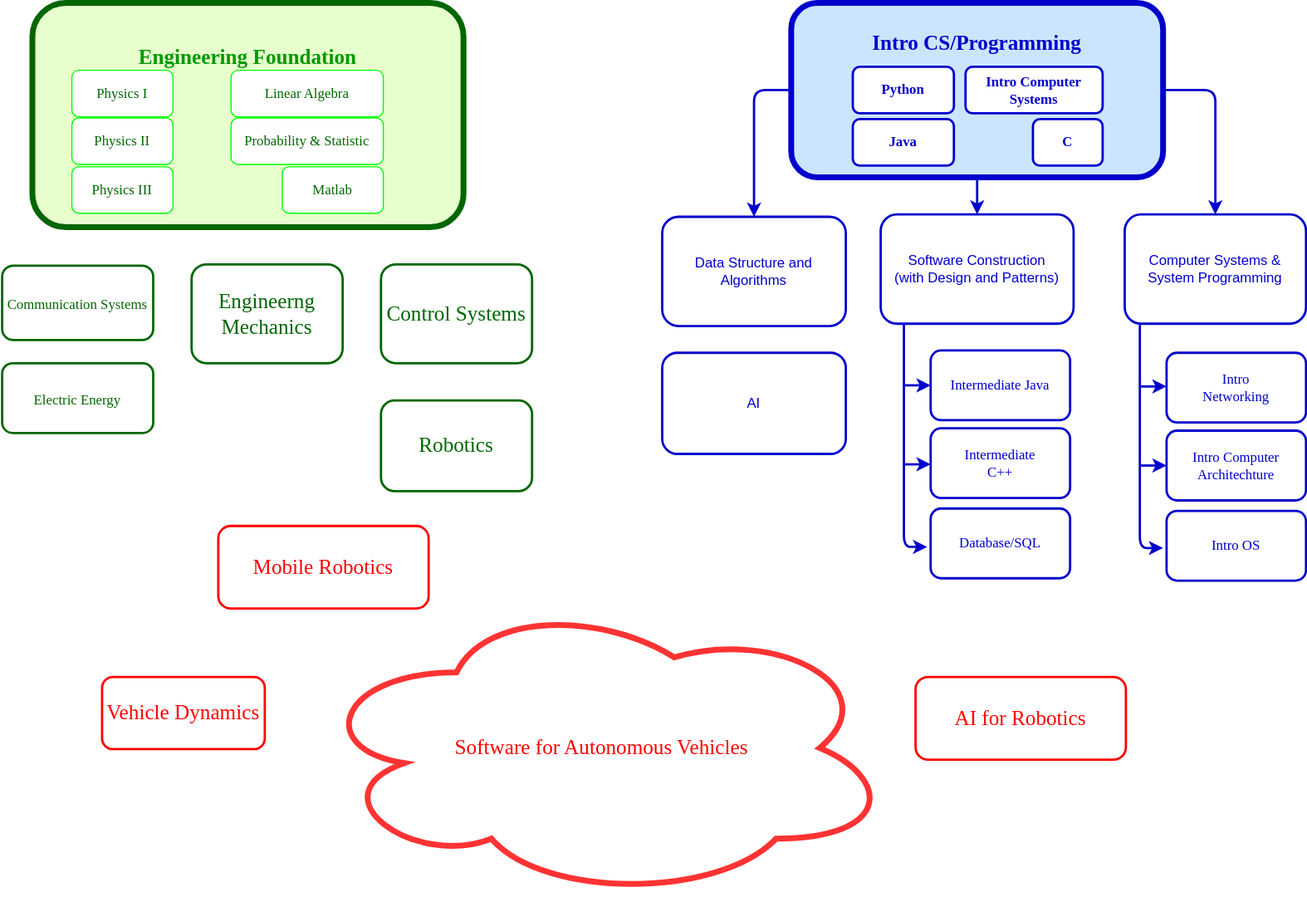
tqvnde/learning-notes keeps this draw.io diagram as self-study.svg. Above is the earlier version. Source tidied: cells renumbered, new cells last; positions are measured from the earlier drawing's top-left corner, leaving out a move shared by most shapes.
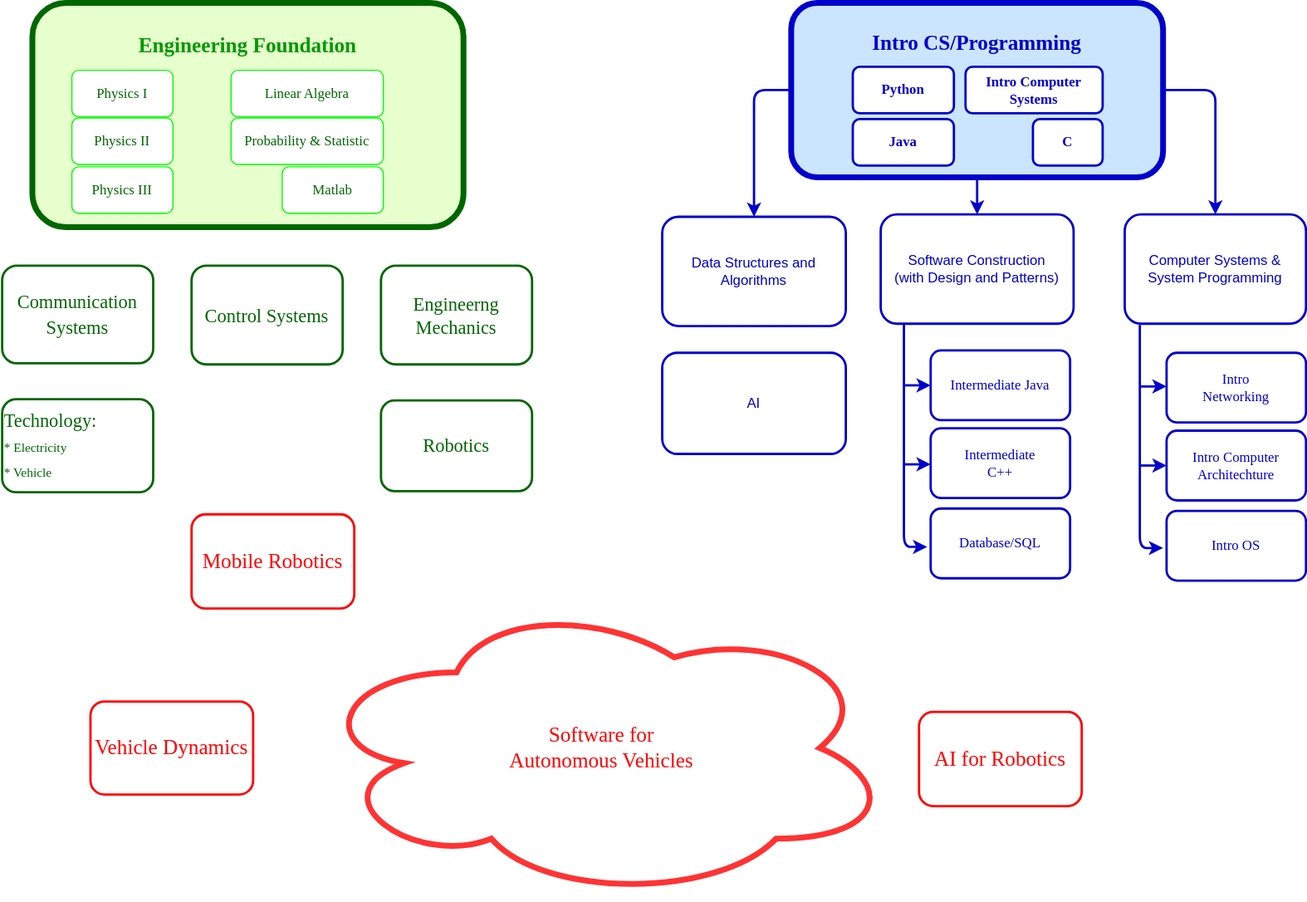
The same file after the commit.

What changed in the source:
```diff
@@ -2,7 +2,7 @@
   <root>
     <mxCell id="0" />
     <mxCell id="1" parent="0" />
-    <mxCell id="2" value="Engineering Foundation" style="rounded=1;whiteSpace=wrap;html=1;spacingTop=-100;fontColor=#009900;fontFamily=Lucida Console;fontSize=18;fontStyle=1;strokeColor=#006600;strokeWidth=5;fillColor=#E6FFCC;" parent="1" vertex="1">
+    <mxCell id="2" value="Engineering Foundation" style="rounded=1;whiteSpace=wrap;html=1;spacingTop=-120;fontColor=#009900;fontFamily=Lucida Console;fontSize=18;fontStyle=1;strokeColor=#006600;strokeWidth=5;fillColor=#E6FFCC;" parent="1" vertex="1">
       <mxGeometry x="26" width="371" height="193" as="geometry" />
     </mxCell>
     <mxCell id="3" style="edgeStyle=none;html=1;exitX=0.5;exitY=1;exitDx=0;exitDy=0;entryX=0.5;entryY=0;entryDx=0;entryDy=0;fontFamily=Lucida Console;fontSize=12;fontColor=#0000CC;strokeColor=#0000CC;strokeWidth=2;" parent="1" edge="1" source="4" target="12">
@@ -20,7 +20,7 @@
     <mxCell id="7" value="C" style="rounded=1;whiteSpace=wrap;html=1;strokeColor=#0000CC;strokeWidth=2;fontColor=#0000CC;fontFamily=Lucida Console;fontStyle=1;" parent="1" vertex="1">
       <mxGeometry x="887" y="100" width="60" height="40" as="geometry" />
     </mxCell>
-    <mxCell id="8" value="Data Structure and Algorithms" style="rounded=1;whiteSpace=wrap;html=1;strokeColor=#0000CC;strokeWidth=2;fontColor=#0000CC;" parent="1" vertex="1">
+    <mxCell id="8" value="Data Structures and Algorithms" style="rounded=1;whiteSpace=wrap;html=1;strokeColor=#0000CC;strokeWidth=2;fontColor=#0000CC;" parent="1" vertex="1">
       <mxGeometry x="568" y="184" width="158" height="94" as="geometry" />
     </mxCell>
     <mxCell id="9" value="AI" style="rounded=1;whiteSpace=wrap;html=1;strokeColor=#0000CC;strokeWidth=2;fontColor=#0000CC;" parent="1" vertex="1">
@@ -127,32 +127,32 @@
     <mxCell id="32" value="Matlab" style="rounded=1;whiteSpace=wrap;html=1;fontColor=#006600;strokeColor=#00FF00;fontFamily=Lucida Console;" parent="1" vertex="1">
       <mxGeometry x="241" y="141" width="87" height="40" as="geometry" />
     </mxCell>
-    <mxCell id="33" value="&lt;font color=&quot;#ff0000&quot;&gt;Software for Autonomous Vehicles&lt;/font&gt;" style="ellipse;shape=cloud;whiteSpace=wrap;html=1;fontFamily=Lucida Console;fontSize=18;fontColor=#006600;strokeColor=#FF3333;strokeWidth=5;fillColor=#FFFFFF;" parent="1" vertex="1">
+    <mxCell id="33" value="&lt;font color=&quot;#ff0000&quot;&gt;Software for &lt;br&gt;Autonomous Vehicles&lt;/font&gt;" style="ellipse;shape=cloud;whiteSpace=wrap;html=1;fontFamily=Lucida Console;fontSize=18;fontColor=#006600;strokeColor=#FF3333;strokeWidth=5;fillColor=#FFFFFF;" parent="1" vertex="1">
       <mxGeometry x="266" y="511" width="500" height="260" as="geometry" />
     </mxCell>
-    <mxCell id="34" value="Robotics" style="rounded=1;whiteSpace=wrap;html=1;fontFamily=Lucida Console;fontSize=18;fontColor=#006600;strokeColor=#006600;strokeWidth=2;fillColor=#FFFFFF;" parent="1" vertex="1">
+    <mxCell id="34" value="Robotics" style="rounded=1;whiteSpace=wrap;html=1;fontFamily=Lucida Console;fontSize=16;fontColor=#006600;strokeColor=#006600;strokeWidth=2;fillColor=#FFFFFF;" parent="1" vertex="1">
       <mxGeometry x="326" y="342" width="130" height="78" as="geometry" />
     </mxCell>
-    <mxCell id="35" value="Control Systems" style="rounded=1;whiteSpace=wrap;html=1;fontFamily=Lucida Console;fontSize=18;fontColor=#006600;strokeColor=#006600;strokeWidth=2;fillColor=#FFFFFF;" parent="1" vertex="1">
-      <mxGeometry x="326" y="225" width="130" height="85" as="geometry" />
+    <mxCell id="35" value="Control Systems" style="rounded=1;whiteSpace=wrap;html=1;fontFamily=Lucida Console;fontSize=16;fontColor=#006600;strokeColor=#006600;strokeWidth=2;fillColor=#FFFFFF;" parent="1" vertex="1">
+      <mxGeometry x="163" y="226" width="130" height="85" as="geometry" />
     </mxCell>
-    <mxCell id="36" value="Engineerng Mechanics" style="rounded=1;whiteSpace=wrap;html=1;fontFamily=Lucida Console;fontSize=18;fontColor=#006600;strokeColor=#006600;strokeWidth=2;fillColor=#FFFFFF;" parent="1" vertex="1">
-      <mxGeometry x="163" y="225" width="130" height="85" as="geometry" />
+    <mxCell id="36" value="&lt;font style=&quot;font-size: 16px;&quot;&gt;Engineerng Mechanics&lt;/font&gt;" style="rounded=1;whiteSpace=wrap;html=1;fontFamily=Lucida Console;fontSize=16;fontColor=#006600;strokeColor=#006600;strokeWidth=2;fillColor=#FFFFFF;" parent="1" vertex="1">
+      <mxGeometry x="326" y="226" width="130" height="85" as="geometry" />
     </mxCell>
     <mxCell id="37" value="&lt;font color=&quot;#ff0000&quot;&gt;Vehicle Dynamics&lt;/font&gt;" style="rounded=1;whiteSpace=wrap;html=1;fontFamily=Lucida Console;fontSize=18;fontColor=#006600;strokeColor=#FF0000;strokeWidth=2;fillColor=#FFFFFF;" parent="1" vertex="1">
-      <mxGeometry x="86" y="580" width="140" height="62" as="geometry" />
+      <mxGeometry x="76" y="601" width="140" height="80" as="geometry" />
     </mxCell>
-    <mxCell id="38" value="&lt;font style=&quot;font-size: 12px&quot;&gt;Communication Systems&lt;/font&gt;" style="rounded=1;whiteSpace=wrap;html=1;fontFamily=Lucida Console;fontSize=18;fontColor=#006600;strokeColor=#006600;strokeWidth=2;fillColor=#FFFFFF;" parent="1" vertex="1">
-      <mxGeometry y="226" width="130" height="64" as="geometry" />
+    <mxCell id="38" value="&lt;font style=&quot;font-size: 16px&quot;&gt;Communication Systems&lt;/font&gt;" style="rounded=1;whiteSpace=wrap;html=1;fontFamily=Lucida Console;fontSize=18;fontColor=#006600;strokeColor=#006600;strokeWidth=2;fillColor=#FFFFFF;" parent="1" vertex="1">
+      <mxGeometry y="226" width="130" height="84" as="geometry" />
     </mxCell>
-    <mxCell id="39" value="&lt;span style=&quot;font-size: 12px&quot;&gt;Electric Energy&lt;/span&gt;" style="rounded=1;whiteSpace=wrap;html=1;fontFamily=Lucida Console;fontSize=18;fontColor=#006600;strokeColor=#006600;strokeWidth=2;fillColor=#FFFFFF;" parent="1" vertex="1">
-      <mxGeometry y="310" width="130" height="60" as="geometry" />
+    <mxCell id="39" value="&lt;div&gt;&lt;font style=&quot;font-size: 16px&quot;&gt;Technology:&lt;/font&gt;&lt;/div&gt;&lt;div&gt;&lt;span style=&quot;font-size: 11px&quot;&gt;* Electricity&lt;/span&gt;&lt;br&gt;&lt;span style=&quot;font-size: 11px&quot;&gt;* Vehicle&lt;/span&gt;&lt;br&gt;&lt;/div&gt;" style="rounded=1;whiteSpace=wrap;html=1;fontFamily=Lucida Console;fontSize=18;fontColor=#006600;strokeColor=#006600;strokeWidth=2;fillColor=#FFFFFF;align=left;" parent="1" vertex="1">
+      <mxGeometry y="341" width="130" height="80" as="geometry" />
     </mxCell>
     <mxCell id="40" value="&lt;font color=&quot;#ff0000&quot;&gt;Mobile Robotics&lt;/font&gt;" style="rounded=1;whiteSpace=wrap;html=1;fontFamily=Lucida Console;fontSize=18;fontColor=#006600;strokeColor=#FF0000;strokeWidth=2;fillColor=#FFFFFF;" parent="1" vertex="1">
-      <mxGeometry x="186" y="450" width="181" height="71" as="geometry" />
+      <mxGeometry x="163" y="440" width="140" height="81" as="geometry" />
     </mxCell>
     <mxCell id="41" value="&lt;font color=&quot;#ff0000&quot;&gt;AI for Robotics&lt;/font&gt;" style="rounded=1;whiteSpace=wrap;html=1;fontFamily=Lucida Console;fontSize=18;fontColor=#006600;strokeColor=#FF0000;strokeWidth=2;fillColor=#FFFFFF;" parent="1" vertex="1">
-      <mxGeometry x="786" y="580" width="181" height="71" as="geometry" />
+      <mxGeometry x="789" y="610" width="140" height="81" as="geometry" />
     </mxCell>
   </root>
 </mxGraphModel>
```
